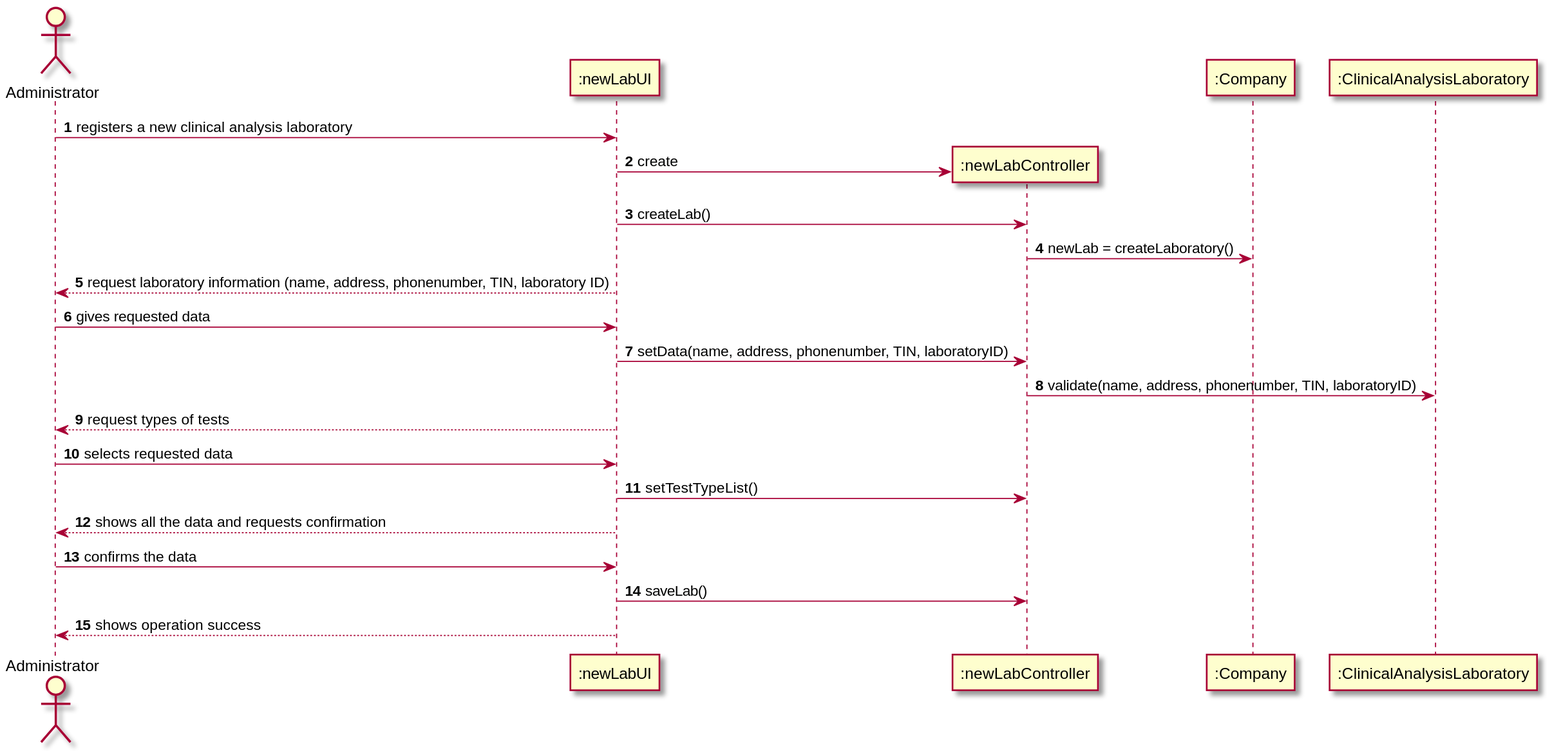
Before: docs/SprintB/US8/US8_SD.svg, a diagram exported from PlantUML (MadDinosaur/ISEP-LAPR2).
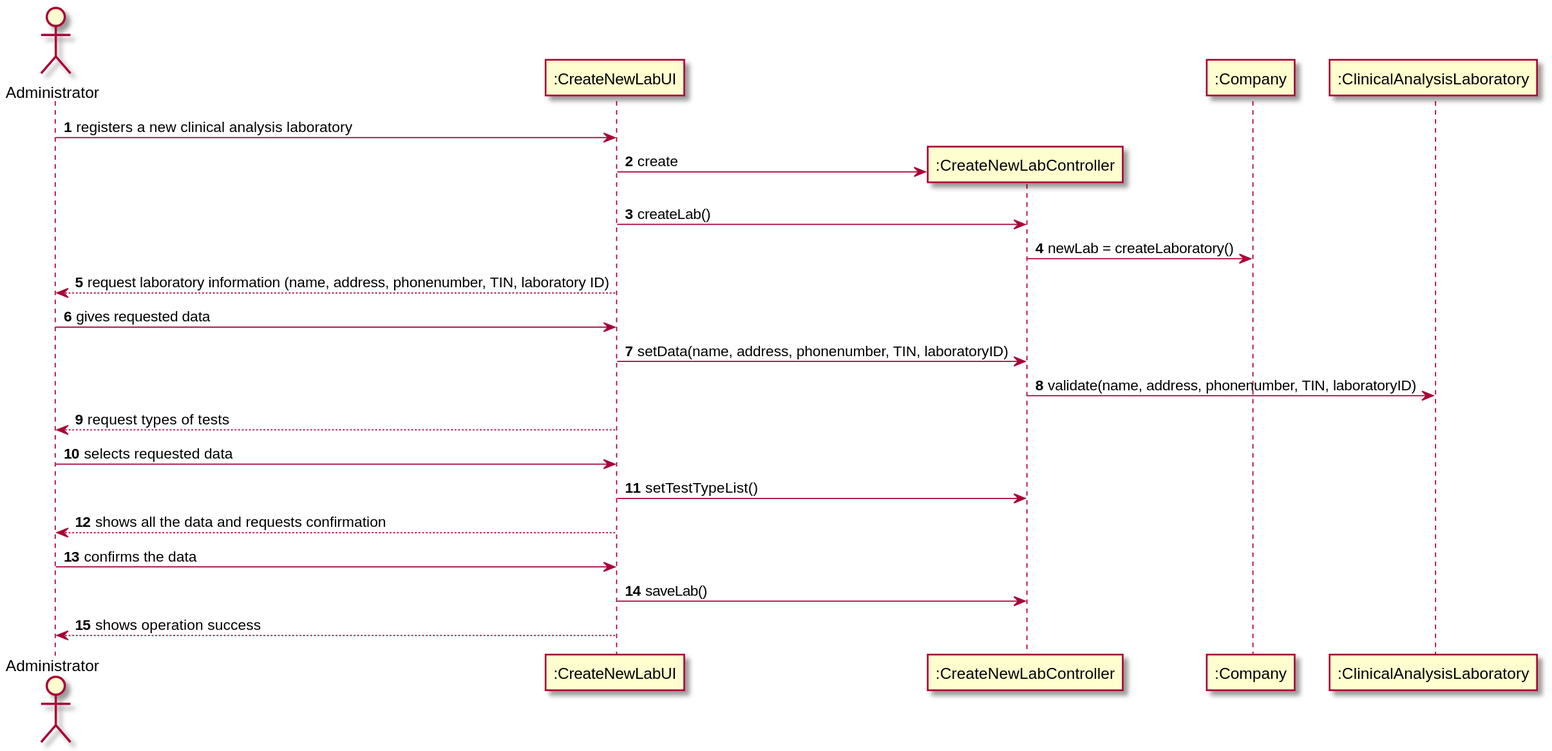
The same diagram one commit later.

The edit, as a diff of the source:
```diff
@@ -2,8 +2,8 @@
 autonumber
 
 actor Administrator as admin
-participant ":newLabUI" as UI
-participant ":newLabController" as controller
+participant ":CreateNewLabUI" as UI
+participant ":CreateNewLabController" as controller
 participant ":Company" as validate
 participant ":ClinicalAnalysisLaboratory" as lab
 
```
